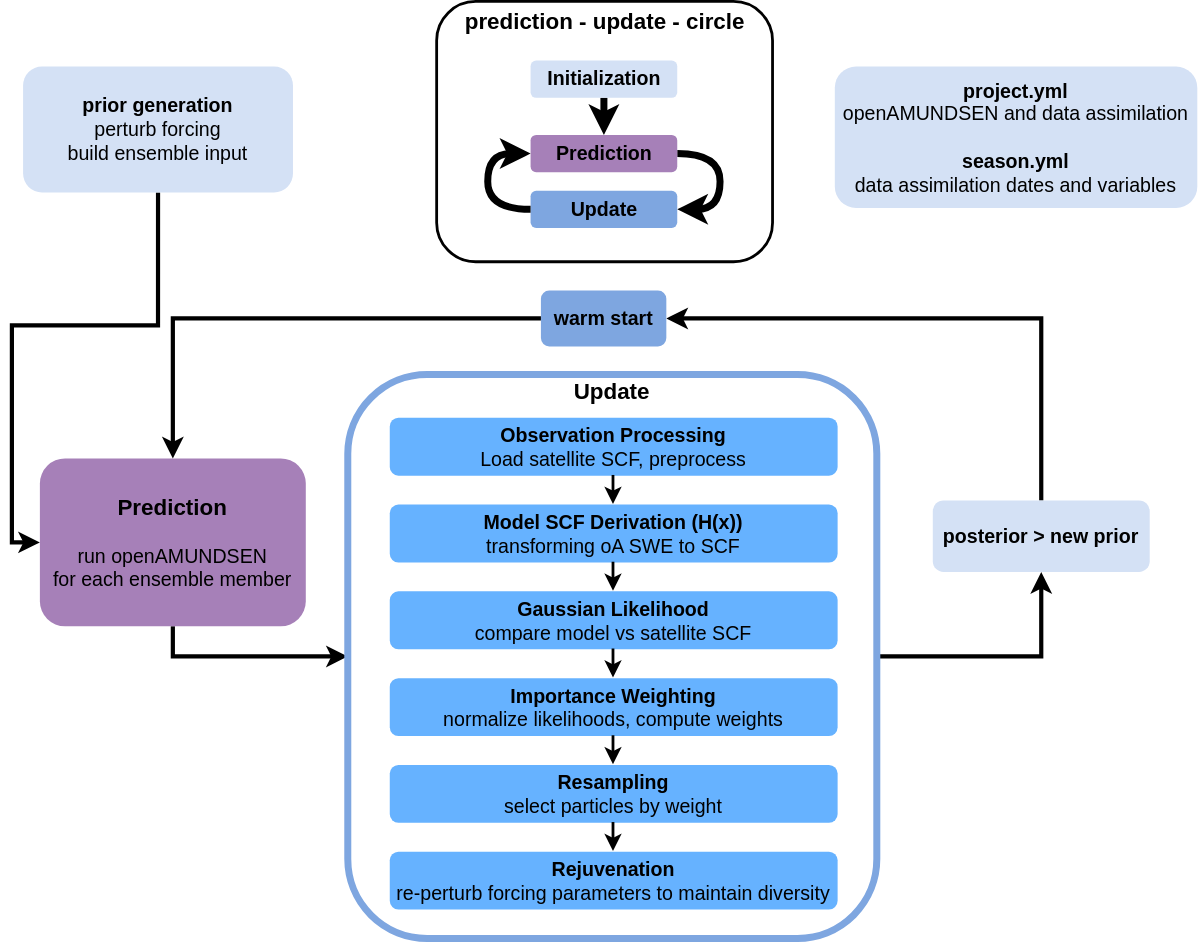
Before: docs/assets/images/DataAssimilation_Design _DOCS _Architecture.drawio.svg, a diagram exported from draw.io (franzwagner-uibk/openamundsen_da). Source tidied: cells renumbered, new cells last; positions are measured from the earlier drawing's top-left corner, leaving out a move shared by most shapes.
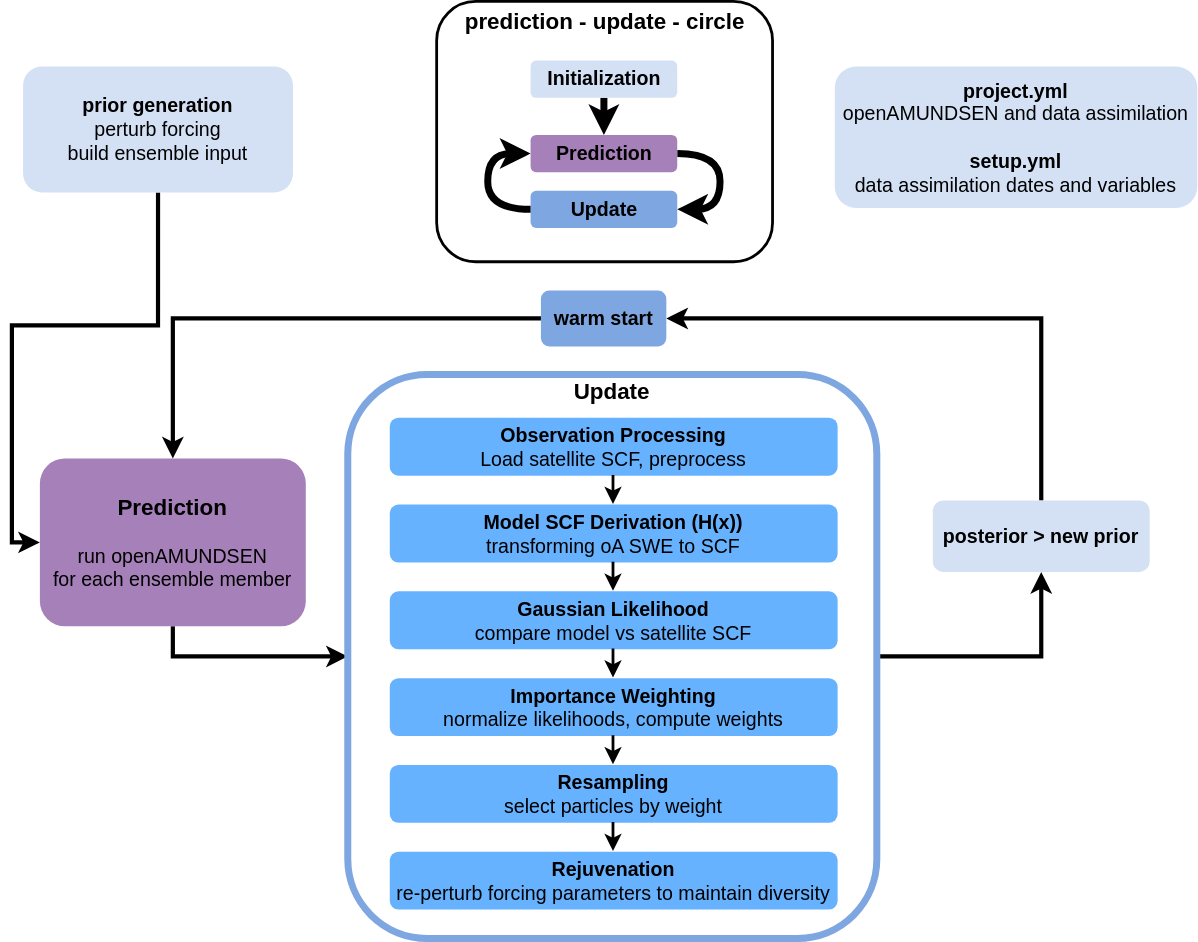
After the change.

Diff of the diagram source:
```diff
@@ -102,7 +102,7 @@
         </Array>
       </mxGeometry>
     </mxCell>
-    <mxCell id="32" value="&lt;span style=&quot;background-color: transparent;&quot;&gt;project.yml&lt;/span&gt;&lt;div&gt;&lt;div&gt;&lt;font color=&quot;#000000&quot;&gt;&lt;span style=&quot;font-weight: normal;&quot;&gt;openAMUNDSEN and data assimilation&lt;/span&gt;&lt;/font&gt;&lt;/div&gt;&lt;div&gt;&lt;font color=&quot;#000000&quot;&gt;&lt;br&gt;&lt;/font&gt;&lt;/div&gt;&lt;div&gt;&lt;font color=&quot;#000000&quot;&gt;season.yml&lt;br&gt;&lt;span style=&quot;font-weight: normal;&quot;&gt;data assimilation dates and variables&lt;/span&gt;&lt;/font&gt;&lt;/div&gt;&lt;/div&gt;" style="text;html=1;whiteSpace=wrap;align=center;verticalAlign=middle;rounded=1;fontStyle=1;fillColor=light-dark(#D4E1F5,#D4E1F5);fontSize=14;" parent="1" vertex="1">
+    <mxCell id="32" value="&lt;span style=&quot;background-color: transparent;&quot;&gt;project.yml&lt;/span&gt;&lt;div&gt;&lt;div&gt;&lt;font color=&quot;#000000&quot;&gt;&lt;span style=&quot;font-weight: normal;&quot;&gt;openAMUNDSEN and data assimilation&lt;/span&gt;&lt;/font&gt;&lt;/div&gt;&lt;div&gt;&lt;font color=&quot;#000000&quot;&gt;&lt;br&gt;&lt;/font&gt;&lt;/div&gt;&lt;div&gt;&lt;font color=&quot;#000000&quot;&gt;setup.yml&lt;br&gt;&lt;span style=&quot;font-weight: normal;&quot;&gt;data assimilation dates and variables&lt;/span&gt;&lt;/font&gt;&lt;/div&gt;&lt;/div&gt;" style="text;html=1;whiteSpace=wrap;align=center;verticalAlign=middle;rounded=1;fontStyle=1;fillColor=light-dark(#D4E1F5,#D4E1F5);fontSize=14;" parent="1" vertex="1">
       <mxGeometry x="580" y="46" width="259" height="101" as="geometry" />
     </mxCell>
     <mxCell id="33" style="edgeStyle=orthogonalEdgeStyle;rounded=0;jettySize=auto;html=1;exitX=0;exitY=0.5;exitDx=0;exitDy=0;entryX=0.5;entryY=0;entryDx=0;entryDy=0;strokeWidth=3;fontSize=14;" parent="1" edge="1" source="6" target="9">
```
